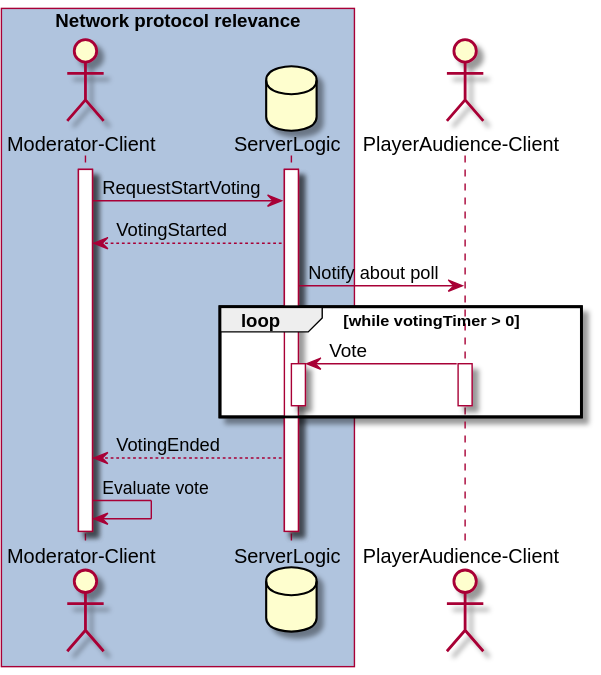
Earlier version of the PlantUML export Docs/Technical Specifications/docs/diagrams/NetworkDiagrams/voting-phase.svg (Brotenko/QualityQuest). The source it was exported from:
```plantuml
@startuml

box "Network protocol relevance" #LightSteelBlue
actor "Moderator-Client" as m order 1
database "ServerLogic" as s order 2
end box
actor "PlayerAudience-Client" as p order 3



activate m
activate s

m -> s: RequestStartVoting
s --> m: VotingStarted
s -> p: Notify about poll
    loop while votingTimer > 0
        p -> s: Vote
        activate s
        activate p
        deactivate s
        deactivate p
    end
s --> m: VotingEnded
m -> m: Evaluate vote


@enduml
```
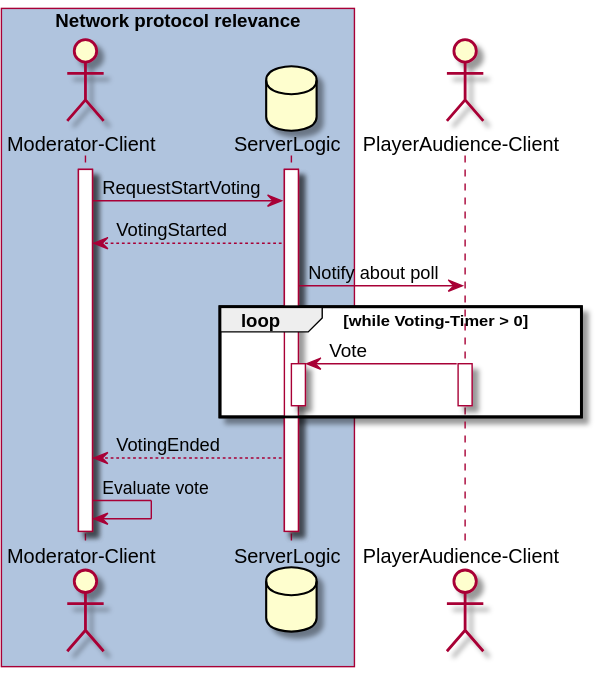
After the commit.

The edit, as a diff of the source:
```diff
@@ -14,7 +14,7 @@
 m -> s: RequestStartVoting
 s --> m: VotingStarted
 s -> p: Notify about poll
-    loop while votingTimer > 0
+    loop while Voting-Timer > 0
         p -> s: Vote
         activate s
         activate p
```
